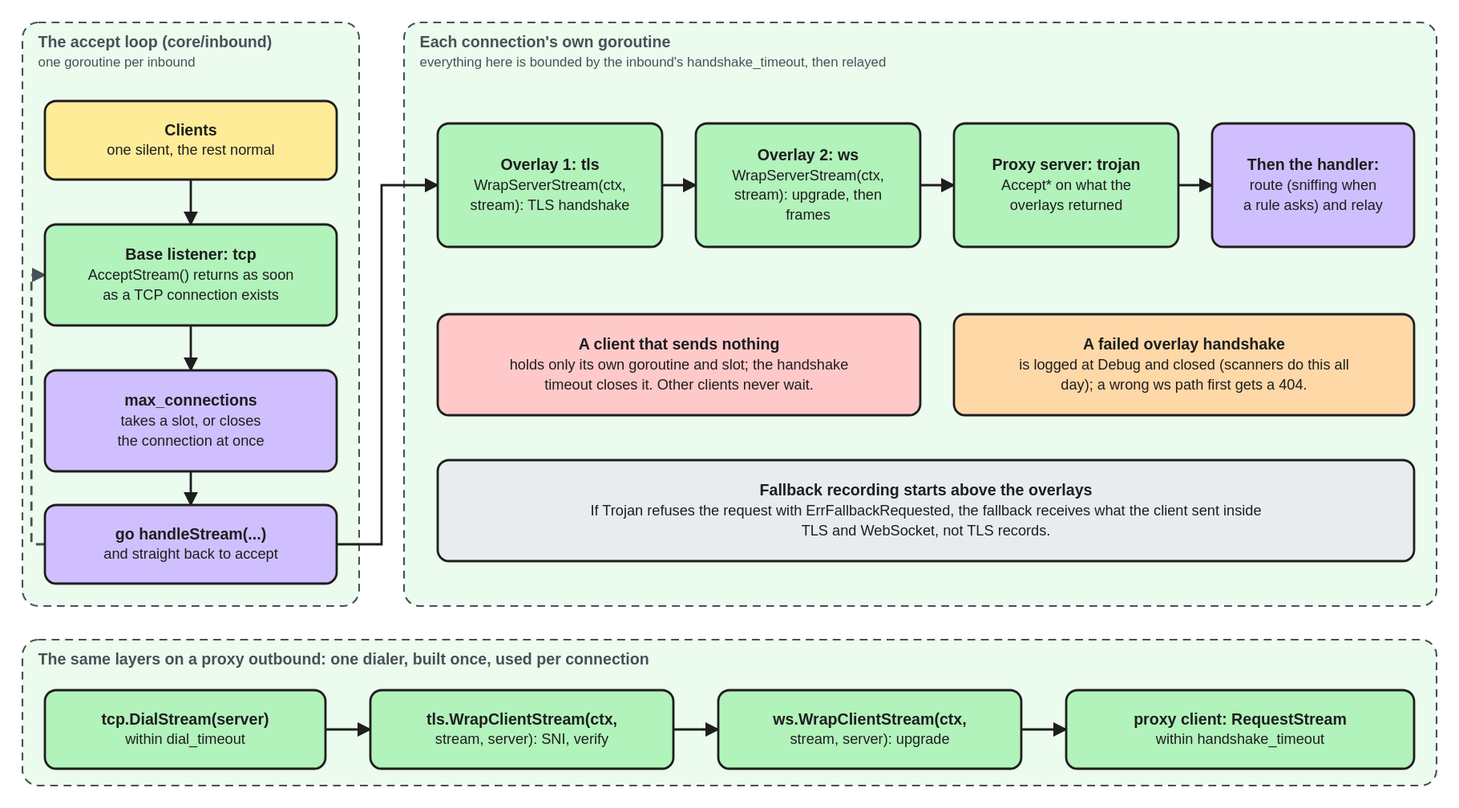
we-apranik/apranik keeps this Excalidraw diagram as docs/assets/diagrams/overlay-per-connection.excalidraw.svg. Above is the earlier version. Source tidied: one line per element, renumbered; positions are measured from the earlier drawing's top-left corner, leaving out a move shared by most shapes.
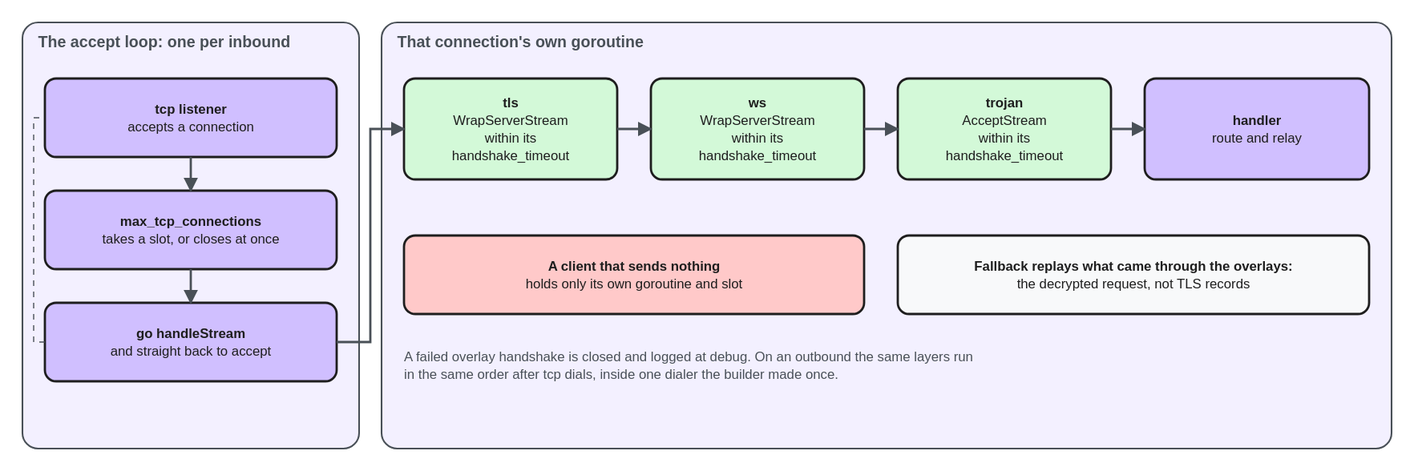
The same file after the commit.

Change to the diagram source:
```diff
@@ -1,47 +1,30 @@
-{"id": 0, "type": "rectangle", "strokeColor": "#495057", "backgroundColor": "#ebfbee", "fillStyle": "solid", "strokeWidth": 1, "strokeStyle": "dashed", "roughness": 0, "round": true, "x": 0, "y": 0, "width": 300, "height": 520}
-{"id": 1, "type": "text", "text": "The accept loop (core/inbound)\none goroutine per inbound", "strokeColor": "#495057", "strokeWidth": 2, "roughness": 0, "fontSize": 14, "fontFamily": 2, "verticalAlign": "middle", "x": 14, "y": 8, "width": 272, "height": 35}
-{"id": 2, "type": "rectangle", "strokeColor": "#1e1e1e", "backgroundColor": "#ffec99", "fillStyle": "solid", "strokeWidth": 2, "roughness": 0, "round": true, "x": 20, "y": 70, "width": 260, "height": 70}
-{"id": 3, "type": "text", "text": "Clients\none silent, the rest normal", "strokeColor": "#1e1e1e", "strokeWidth": 2, "roughness": 0, "fontSize": 13, "fontFamily": 2, "textAlign": "center", "verticalAlign": "middle", "inside": 2, "x": 20, "y": 70, "width": 260, "height": 32}
-{"id": 4, "type": "rectangle", "strokeColor": "#1e1e1e", "backgroundColor": "#b2f2bb", "fillStyle": "solid", "strokeWidth": 2, "roughness": 0, "round": true, "x": 20, "y": 180, "width": 260, "height": 90}
-{"id": 5, "type": "text", "text": "Base listener: tcp\nAcceptStream() returns as soon\nas a TCP connection exists", "strokeColor": "#1e1e1e", "strokeWidth": 2, "roughness": 0, "fontSize": 13, "fontFamily": 2, "textAlign": "center", "verticalAlign": "middle", "inside": 4, "x": 20, "y": 180, "width": 260, "height": 49}
-{"id": 6, "type": "rectangle", "strokeColor": "#1e1e1e", "backgroundColor": "#d0bfff", "fillStyle": "solid", "strokeWidth": 2, "roughness": 0, "round": true, "x": 20, "y": 310, "width": 260, "height": 90}
-{"id": 7, "type": "text", "text": "max_connections\ntakes a slot, or closes\nthe connection at once", "strokeColor": "#1e1e1e", "strokeWidth": 2, "roughness": 0, "fontSize": 13, "fontFamily": 2, "textAlign": "center", "verticalAlign": "middle", "inside": 6, "x": 20, "y": 310, "width": 260, "height": 49}
-{"id": 8, "type": "rectangle", "strokeColor": "#1e1e1e", "backgroundColor": "#d0bfff", "fillStyle": "solid", "strokeWidth": 2, "roughness": 0, "round": true, "x": 20, "y": 430, "width": 260, "height": 70}
-{"id": 9, "type": "text", "text": "go handleStream(...)\nand straight back to accept", "strokeColor": "#1e1e1e", "strokeWidth": 2, "roughness": 0, "fontSize": 13, "fontFamily": 2, "textAlign": "center", "verticalAlign": "middle", "inside": 8, "x": 20, "y": 430, "width": 260, "height": 32}
+{"id": 47, "type": "rectangle", "strokeColor": "#495057", "backgroundColor": "#f3f0ff", "fillStyle": "solid", "strokeWidth": 1, "roughness": 0, "round": true, "x": 0, "y": -80, "width": 300, "height": 380}
+{"id": 48, "type": "text", "text": "The accept loop: one per inbound", "strokeColor": "#495057", "strokeWidth": 2, "roughness": 0, "fontSize": 14, "fontFamily": 2, "verticalAlign": "middle", "x": 14, "y": -72, "width": 272, "height": 18}
+{"id": 49, "type": "rectangle", "strokeColor": "#1e1e1e", "backgroundColor": "#d0bfff", "fillStyle": "solid", "strokeWidth": 2, "roughness": 0, "round": true, "x": 20, "y": -30, "width": 260, "height": 70}
+{"id": 50, "type": "text", "text": "tcp listener\naccepts a connection", "strokeColor": "#1e1e1e", "strokeWidth": 2, "roughness": 0, "fontSize": 12, "fontFamily": 2, "textAlign": "center", "verticalAlign": "middle", "inside": 49, "x": 20, "y": -10, "width": 260, "height": 30}
+{"id": 51, "type": "rectangle", "strokeColor": "#1e1e1e", "backgroundColor": "#d0bfff", "fillStyle": "solid", "strokeWidth": 2, "roughness": 0, "round": true, "x": 20, "y": 70, "width": 260, "height": 70}
+{"id": 52, "type": "text", "text": "max_tcp_connections\ntakes a slot, or closes at once", "strokeColor": "#1e1e1e", "strokeWidth": 2, "roughness": 0, "fontSize": 12, "fontFamily": 2, "textAlign": "center", "verticalAlign": "middle", "inside": 51, "x": 20, "y": 90, "width": 260, "height": 30}
+{"id": 53, "type": "rectangle", "strokeColor": "#1e1e1e", "backgroundColor": "#d0bfff", "fillStyle": "solid", "strokeWidth": 2, "roughness": 0, "round": true, "x": 20, "y": 170, "width": 260, "height": 70}
+{"id": 54, "type": "text", "text": "go handleStream\nand straight back to accept", "strokeColor": "#1e1e1e", "strokeWidth": 2, "roughness": 0, "fontSize": 12, "fontFamily": 2, "textAlign": "center", "verticalAlign": "middle", "inside": 53, "x": 20, "y": 190, "width": 260, "height": 30}
+{"id": 55, "type": "arrow", "strokeColor": "#495057", "strokeWidth": 2, "roughness": 0, "endArrowhead": "arrow", "from": 49, "to": 51, "x": 150, "y": 40, "width": 0, "height": 30, "points": [[0, 0], [0, 30]]}
-{"id": 10, "type": "arrow", "strokeColor": "#1e1e1e", "strokeWidth": 2, "roughness": 0, "endArrowhead": "arrow", "from": 2, "to": 4, "x": 150, "y": 140, "width": 0, "height": 40, "points": [[0, 0], [0, 40]]}
+{"id": 10, "type": "arrow", "strokeColor": "#495057", "strokeWidth": 2, "roughness": 0, "endArrowhead": "arrow", "from": 51, "to": 53, "x": 150, "y": 140, "width": 0, "height": 30, "points": [[0, 0], [0, 30]]}
-{"id": 11, "type": "arrow", "strokeColor": "#1e1e1e", "strokeWidth": 2, "roughness": 0, "endArrowhead": "arrow", "from": 4, "to": 6, "x": 150, "y": 270, "width": 0, "height": 40, "points": [[0, 0], [0, 40]]}
-{"id": 12, "type": "arrow", "strokeColor": "#1e1e1e", "strokeWidth": 2, "roughness": 0, "endArrowhead": "arrow", "from": 6, "to": 8, "x": 150, "y": 400, "width": 0, "height": 30, "points": [[0, 0], [0, 30]]}
-{"id": 13, "type": "arrow", "strokeColor": "#495057", "strokeWidth": 2, "strokeStyle": "dashed", "roughness": 0, "endArrowhead": "arrow", "from": 8, "to": 4, "x": 20, "y": 465, "width": 12, "height": 240, "points": [[0, 0], [-12, 0], [-12, -240], [0, -240]]}
-{"id": 14, "type": "rectangle", "strokeColor": "#495057", "backgroundColor": "#ebfbee", "fillStyle": "solid", "strokeWidth": 1, "strokeStyle": "dashed", "roughness": 0, "round": true, "x": 340, "y": 0, "width": 920, "height": 520}
-{"id": 15, "type": "text", "text": "Each connection's own goroutine\neverything here is bounded by the inbound's handshake_timeout, then relayed", "strokeColor": "#495057", "strokeWidth": 2, "roughness": 0, "fontSize": 14, "fontFamily": 2, "verticalAlign": "middle", "x": 354, "y": 8, "width": 892, "height": 35}
-{"id": 16, "type": "rectangle", "strokeColor": "#1e1e1e", "backgroundColor": "#b2f2bb", "fillStyle": "solid", "strokeWidth": 2, "roughness": 0, "round": true, "x": 370, "y": 90, "width": 200, "height": 110}
-{"id": 17, "type": "text", "text": "Overlay 1: tls\nWrapServerStream(ctx,\nstream): TLS handshake", "strokeColor": "#1e1e1e", "strokeWidth": 2, "roughness": 0, "fontSize": 13, "fontFamily": 2, "textAlign": "center", "verticalAlign": "middle", "inside": 16, "x": 370, "y": 90, "width": 200, "height": 49}
-{"id": 18, "type": "rectangle", "strokeColor": "#1e1e1e", "backgroundColor": "#b2f2bb", "fillStyle": "solid", "strokeWidth": 2, "roughness": 0, "round": true, "x": 600, "y": 90, "width": 200, "height": 110}
-{"id": 19, "type": "text", "text": "Overlay 2: ws\nWrapServerStream(ctx,\nstream): upgrade, then\nframes", "strokeColor": "#1e1e1e", "strokeWidth": 2, "roughness": 0, "fontSize": 13, "fontFamily": 2, "textAlign": "center", "verticalAlign": "middle", "inside": 18, "x": 600, "y": 90, "width": 200, "height": 65}
-{"id": 20, "type": "rectangle", "strokeColor": "#1e1e1e", "backgroundColor": "#b2f2bb", "fillStyle": "solid", "strokeWidth": 2, "roughness": 0, "round": true, "x": 830, "y": 90, "width": 200, "height": 110}
-{"id": 21, "type": "text", "text": "Proxy server: trojan\nAccept* on what the\noverlays returned", "strokeColor": "#1e1e1e", "strokeWidth": 2, "roughness": 0, "fontSize": 13, "fontFamily": 2, "textAlign": "center", "verticalAlign": "middle", "inside": 20, "x": 830, "y": 90, "width": 200, "height": 49}
-{"id": 22, "type": "rectangle", "strokeColor": "#1e1e1e", "backgroundColor": "#d0bfff", "fillStyle": "solid", "strokeWidth": 2, "roughness": 0, "round": true, "x": 1060, "y": 90, "width": 180, "height": 110}
-{"id": 23, "type": "text", "text": "Then the handler:\nroute (sniffing when\na rule asks) and relay", "strokeColor": "#1e1e1e", "strokeWidth": 2, "roughness": 0, "fontSize": 13, "fontFamily": 2, "textAlign": "center", "verticalAlign": "middle", "inside": 22, "x": 1060, "y": 90, "width": 180, "height": 49}
-{"id": 24, "type": "arrow", "strokeColor": "#1e1e1e", "strokeWidth": 2, "roughness": 0, "endArrowhead": "arrow", "from": 16, "to": 18, "x": 570, "y": 145, "width": 30, "height": 0, "points": [[0, 0], [30, 0]]}
-{"id": 25, "type": "arrow", "strokeColor": "#1e1e1e", "strokeWidth": 2, "roughness": 0, "endArrowhead": "arrow", "from": 18, "to": 20, "x": 800, "y": 145, "width": 30, "height": 0, "points": [[0, 0], [30, 0]]}
-{"id": 26, "type": "arrow", "strokeColor": "#1e1e1e", "strokeWidth": 2, "roughness": 0, "endArrowhead": "arrow", "from": 20, "to": 22, "x": 1030, "y": 145, "width": 30, "height": 0, "points": [[0, 0], [30, 0]]}
-{"id": 27, "type": "arrow", "strokeColor": "#1e1e1e", "strokeWidth": 2, "roughness": 0, "endArrowhead": "arrow", "from": 8, "to": 16, "x": 280, "y": 465, "width": 90, "height": 320, "points": [[0, 0], [40, 0], [40, -320], [90, -320]]}
-{"id": 28, "type": "rectangle", "strokeColor": "#1e1e1e", "backgroundColor": "#ffc9c9", "fillStyle": "solid", "strokeWidth": 2, "roughness": 0, "round": true, "x": 370, "y": 260, "width": 430, "height": 90}
-{"id": 29, "type": "text", "text": "A client that sends nothing\nholds only its own goroutine and slot; the handshake\ntimeout closes it. Other clients never wait.", "strokeColor": "#1e1e1e", "strokeWidth": 2, "roughness": 0, "fontSize": 13, "fontFamily": 2, "textAlign": "center", "verticalAlign": "middle", "inside": 28, "x": 370, "y": 260, "width": 430, "height": 49}
-{"id": 30, "type": "rectangle", "strokeColor": "#1e1e1e", "backgroundColor": "#ffd8a8", "fillStyle": "solid", "strokeWidth": 2, "roughness": 0, "round": true, "x": 830, "y": 260, "width": 410, "height": 90}
-{"id": 31, "type": "text", "text": "A failed overlay handshake\nis logged at Debug and closed (scanners do this all\nday); a wrong ws path first gets a 404.", "strokeColor": "#1e1e1e", "strokeWidth": 2, "roughness": 0, "fontSize": 13, "fontFamily": 2, "textAlign": "center", "verticalAlign": "middle", "inside": 30, "x": 830, "y": 260, "width": 410, "height": 49}
-{"id": 32, "type": "rectangle", "strokeColor": "#1e1e1e", "backgroundColor": "#e9ecef", "fillStyle": "solid", "strokeWidth": 2, "roughness": 0, "round": true, "x": 370, "y": 390, "width": 870, "height": 90}
-{"id": 33, "type": "text", "text": "Fallback recording starts above the overlays\nIf Trojan refuses the request with ErrFallbackRequested, the fallback receives what the client sent inside\nTLS and WebSocket, not TLS records.", "strokeColor": "#1e1e1e", "strokeWidth": 2, "roughness": 0, "fontSize": 13, "fontFamily": 2, "textAlign": "center", "verticalAlign": "middle", "inside": 32, "x": 370, "y": 390, "width": 870, "height": 49}
-{"id": 34, "type": "rectangle", "strokeColor": "#495057", "backgroundColor": "#ebfbee", "fillStyle": "solid", "strokeWidth": 1, "strokeStyle": "dashed", "roughness": 0, "round": true, "x": 0, "y": 550, "width": 1260, "height": 130}
-{"id": 35, "type": "text", "text": "The same layers on a proxy outbound: one dialer, built once, used per connection", "strokeColor": "#495057", "strokeWidth": 2, "roughness": 0, "fontSize": 14, "fontFamily": 2, "verticalAlign": "middle", "x": 14, "y": 558, "width": 1232, "height": 18}
-{"id": 36, "type": "rectangle", "strokeColor": "#1e1e1e", "backgroundColor": "#b2f2bb", "fillStyle": "solid", "strokeWidth": 2, "roughness": 0, "round": true, "x": 20, "y": 595, "width": 250, "height": 70}
-{"id": 37, "type": "text", "text": "tcp.DialStream(server)\nwithin dial_timeout", "strokeColor": "#1e1e1e", "strokeWidth": 2, "roughness": 0, "fontSize": 13, "fontFamily": 2, "textAlign": "center", "verticalAlign": "middle", "inside": 36, "x": 20, "y": 595, "width": 250, "height": 32}
-{"id": 38, "type": "rectangle", "strokeColor": "#1e1e1e", "backgroundColor": "#b2f2bb", "fillStyle": "solid", "strokeWidth": 2, "roughness": 0, "round": true, "x": 310, "y": 595, "width": 270, "height": 70}
-{"id": 39, "type": "text", "text": "tls.WrapClientStream(ctx,\nstream, server): SNI, verify", "strokeColor": "#1e1e1e", "strokeWidth": 2, "roughness": 0, "fontSize": 13, "fontFamily": 2, "textAlign": "center", "verticalAlign": "middle", "inside": 38, "x": 310, "y": 595, "width": 270, "height": 32}
-{"id": 40, "type": "rectangle", "strokeColor": "#1e1e1e", "backgroundColor": "#b2f2bb", "fillStyle": "solid", "strokeWidth": 2, "roughness": 0, "round": true, "x": 620, "y": 595, "width": 270, "height": 70}
-{"id": 41, "type": "text", "text": "ws.WrapClientStream(ctx,\nstream, server): upgrade", "strokeColor": "#1e1e1e", "strokeWidth": 2, "roughness": 0, "fontSize": 13, "fontFamily": 2, "textAlign": "center", "verticalAlign": "middle", "inside": 40, "x": 620, "y": 595, "width": 270, "height": 32}
-{"id": 42, "type": "rectangle", "strokeColor": "#1e1e1e", "backgroundColor": "#b2f2bb", "fillStyle": "solid", "strokeWidth": 2, "roughness": 0, "round": true, "x": 930, "y": 595, "width": 310, "height": 70}
-{"id": 43, "type": "text", "text": "proxy client: RequestStream\nwithin handshake_timeout", "strokeColor": "#1e1e1e", "strokeWidth": 2, "roughness": 0, "fontSize": 13, "fontFamily": 2, "textAlign": "center", "verticalAlign": "middle", "inside": 42, "x": 930, "y": 595, "width": 310, "height": 32}
-{"id": 44, "type": "arrow", "strokeColor": "#1e1e1e", "strokeWidth": 2, "roughness": 0, "endArrowhead": "arrow", "from": 36, "to": 38, "x": 270, "y": 630, "width": 40, "height": 0, "points": [[0, 0], [40, 0]]}
-{"id": 45, "type": "arrow", "strokeColor": "#1e1e1e", "strokeWidth": 2, "roughness": 0, "endArrowhead": "arrow", "from": 38, "to": 40, "x": 580, "y": 630, "width": 40, "height": 0, "points": [[0, 0], [40, 0]]}
-{"id": 46, "type": "arrow", "strokeColor": "#1e1e1e", "strokeWidth": 2, "roughness": 0, "endArrowhead": "arrow", "from": 40, "to": 42, "x": 890, "y": 630, "width": 40, "height": 0, "points": [[0, 0], [40, 0]]}
+{"id": 56, "type": "line", "strokeColor": "#495057", "strokeWidth": 1, "strokeStyle": "dashed", "roughness": 0, "x": 20, "y": 205, "width": 10, "height": 200, "points": [[0, 0], [-10, 0], [-10, -200], [0, -200]]}
+{"id": 57, "type": "rectangle", "strokeColor": "#495057", "backgroundColor": "#f3f0ff", "fillStyle": "solid", "strokeWidth": 1, "roughness": 0, "round": true, "x": 320, "y": -80, "width": 900, "height": 380}
+{"id": 58, "type": "text", "text": "That connection's own goroutine", "strokeColor": "#495057", "strokeWidth": 2, "roughness": 0, "fontSize": 14, "fontFamily": 2, "verticalAlign": "middle", "x": 334, "y": -72, "width": 872, "height": 18}
+{"id": 59, "type": "rectangle", "strokeColor": "#1e1e1e", "backgroundColor": "#d3f9d8", "fillStyle": "solid", "strokeWidth": 2, "roughness": 0, "round": true, "x": 340, "y": -30, "width": 190, "height": 90}
+{"id": 60, "type": "text", "text": "tls\nWrapServerStream\nwithin its\nhandshake_timeout", "strokeColor": "#1e1e1e", "strokeWidth": 2, "roughness": 0, "fontSize": 12, "fontFamily": 2, "textAlign": "center", "verticalAlign": "middle", "inside": 59, "x": 340, "y": -15, "width": 190, "height": 60}
+{"id": 61, "type": "rectangle", "strokeColor": "#1e1e1e", "backgroundColor": "#d3f9d8", "fillStyle": "solid", "strokeWidth": 2, "roughness": 0, "round": true, "x": 560, "y": -30, "width": 190, "height": 90}
+{"id": 62, "type": "text", "text": "ws\nWrapServerStream\nwithin its\nhandshake_timeout", "strokeColor": "#1e1e1e", "strokeWidth": 2, "roughness": 0, "fontSize": 12, "fontFamily": 2, "textAlign": "center", "verticalAlign": "middle", "inside": 61, "x": 560, "y": -15, "width": 190, "height": 60}
+{"id": 63, "type": "rectangle", "strokeColor": "#1e1e1e", "backgroundColor": "#d3f9d8", "fillStyle": "solid", "strokeWidth": 2, "roughness": 0, "round": true, "x": 780, "y": -30, "width": 190, "height": 90}
+{"id": 64, "type": "text", "text": "trojan\nAcceptStream\nwithin its\nhandshake_timeout", "strokeColor": "#1e1e1e", "strokeWidth": 2, "roughness": 0, "fontSize": 12, "fontFamily": 2, "textAlign": "center", "verticalAlign": "middle", "inside": 63, "x": 780, "y": -15, "width": 190, "height": 60}
+{"id": 65, "type": "rectangle", "strokeColor": "#1e1e1e", "backgroundColor": "#d0bfff", "fillStyle": "solid", "strokeWidth": 2, "roughness": 0, "round": true, "x": 1000, "y": -30, "width": 200, "height": 90}
+{"id": 66, "type": "text", "text": "handler\nroute and relay", "strokeColor": "#1e1e1e", "strokeWidth": 2, "roughness": 0, "fontSize": 12, "fontFamily": 2, "textAlign": "center", "verticalAlign": "middle", "inside": 65, "x": 1000, "y": 0, "width": 200, "height": 30}
+{"id": 67, "type": "arrow", "strokeColor": "#495057", "strokeWidth": 2, "roughness": 0, "endArrowhead": "arrow", "from": 53, "to": 59, "x": 280, "y": 205, "width": 60, "height": 190, "points": [[0, 0], [30, 0], [30, -190], [60, -190]]}
+{"id": 68, "type": "arrow", "strokeColor": "#495057", "strokeWidth": 2, "roughness": 0, "endArrowhead": "arrow", "from": 59, "to": 61, "x": 530, "y": 15, "width": 30, "height": 0, "points": [[0, 0], [30, 0]]}
+{"id": 69, "type": "arrow", "strokeColor": "#495057", "strokeWidth": 2, "roughness": 0, "endArrowhead": "arrow", "from": 61, "to": 63, "x": 750, "y": 15, "width": 30, "height": 0, "points": [[0, 0], [30, 0]]}
+{"id": 70, "type": "arrow", "strokeColor": "#495057", "strokeWidth": 2, "roughness": 0, "endArrowhead": "arrow", "from": 63, "to": 65, "x": 970, "y": 15, "width": 30, "height": 0, "points": [[0, 0], [30, 0]]}
+{"id": 71, "type": "rectangle", "strokeColor": "#1e1e1e", "backgroundColor": "#ffc9c9", "fillStyle": "solid", "strokeWidth": 2, "roughness": 0, "round": true, "x": 340, "y": 110, "width": 410, "height": 70}
+{"id": 72, "type": "text", "text": "A client that sends nothing\nholds only its own goroutine and slot", "strokeColor": "#1e1e1e", "strokeWidth": 2, "roughness": 0, "fontSize": 12, "fontFamily": 2, "textAlign": "center", "verticalAlign": "middle", "inside": 71, "x": 340, "y": 130, "width": 410, "height": 30}
+{"id": 73, "type": "rectangle", "strokeColor": "#1e1e1e", "backgroundColor": "#f8f9fa", "fillStyle": "solid", "strokeWidth": 2, "roughness": 0, "round": true, "x": 780, "y": 110, "width": 420, "height": 70}
+{"id": 74, "type": "text", "text": "Fallback replays what came through the overlays:\nthe decrypted request, not TLS records", "strokeColor": "#1e1e1e", "strokeWidth": 2, "roughness": 0, "fontSize": 12, "fontFamily": 2, "textAlign": "center", "verticalAlign": "middle", "inside": 73, "x": 780, "y": 130, "width": 420, "height": 30}
+{"id": 75, "type": "text", "text": "A failed overlay handshake is closed and logged at debug. On an outbound the same layers run\nin the same order after tcp dials, inside one dialer the builder made once.", "strokeColor": "#495057", "strokeWidth": 2, "roughness": 0, "fontSize": 12, "fontFamily": 2, "verticalAlign": "middle", "x": 340, "y": 210, "width": 860, "height": 30}
```
